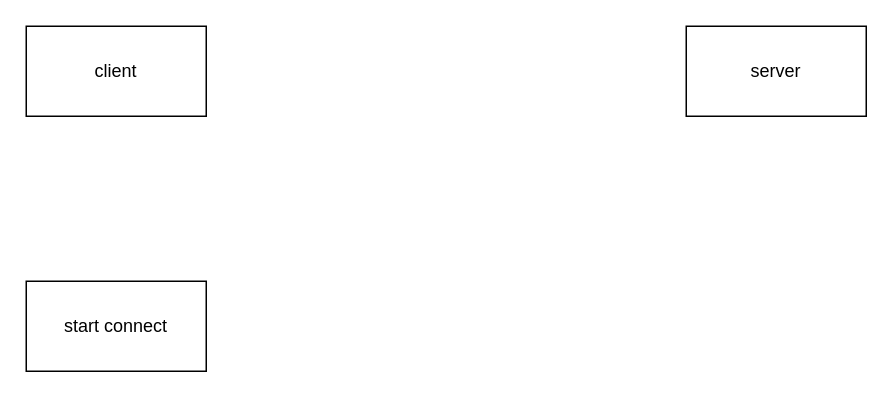
The draw.io diagram page "新标定流程" (3 of 3) of 重构相机标定工具.drawio in Jev0987/drawioFile, before the edit. Source tidied: cells renumbered, new cells numbered last; positions are measured from the earlier drawing's top-left corner, leaving out a move shared by most shapes. Both pictures are drawn from the tidied source at 150%, with x=0, y=0 at pixel (26, 26).
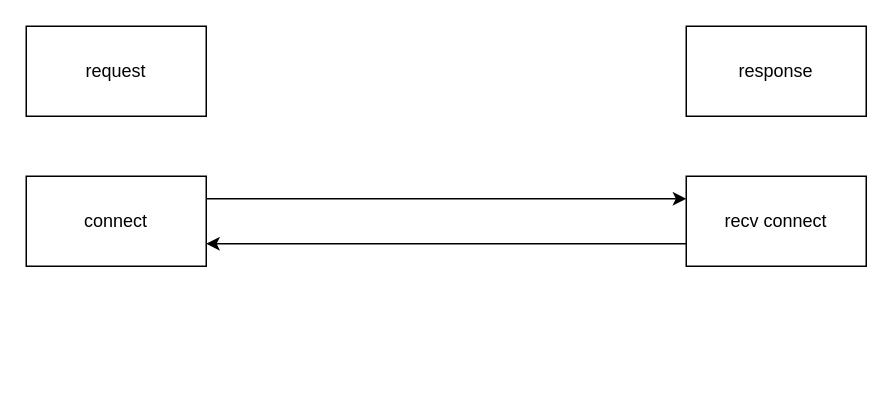
Above is the later version.

Commit message (it also covers changes not shown here):
更新重构相机标定工具.drawio

Diff of the diagram source:
```diff
@@
 <mxGraphModel>
   <root>
     <mxCell id="0" />
     <mxCell id="1" parent="0" />
-    <mxCell id="2" value="server" style="whiteSpace=wrap;html=1;" parent="1" vertex="1">
+    <mxCell id="2" value="response" style="whiteSpace=wrap;html=1;" parent="1" vertex="1">
       <mxGeometry x="440" width="120" height="60" as="geometry" />
     </mxCell>
-    <mxCell id="3" value="client" style="whiteSpace=wrap;html=1;" parent="1" vertex="1">
+    <mxCell id="3" value="request" style="whiteSpace=wrap;html=1;" parent="1" vertex="1">
       <mxGeometry width="120" height="60" as="geometry" />
     </mxCell>
+    <mxCell id="5" style="edgeStyle=orthogonalEdgeStyle;rounded=0;jettySize=auto;html=1;exitX=1;exitY=0.25;exitDx=0;exitDy=0;entryX=0;entryY=0.25;entryDx=0;entryDy=0;" parent="1" edge="1" source="4" target="7">
+      <mxGeometry relative="1" as="geometry" />
+    </mxCell>
-    <mxCell id="4" value="start connect" style="whiteSpace=wrap;html=1;" parent="1" vertex="1">
-      <mxGeometry y="170" width="120" height="60" as="geometry" />
+    <mxCell id="4" value="connect" style="whiteSpace=wrap;html=1;" parent="1" vertex="1">
+      <mxGeometry y="100" width="120" height="60" as="geometry" />
     </mxCell>
+    <mxCell id="6" style="edgeStyle=orthogonalEdgeStyle;rounded=0;jettySize=auto;html=1;exitX=0;exitY=0.75;exitDx=0;exitDy=0;entryX=1;entryY=0.75;entryDx=0;entryDy=0;" parent="1" edge="1" source="7" target="4">
+      <mxGeometry relative="1" as="geometry" />
+    </mxCell>
+    <mxCell id="7" value="recv connect" style="whiteSpace=wrap;html=1;" parent="1" vertex="1">
+      <mxGeometry x="440" y="100" width="120" height="60" as="geometry" />
+    </mxCell>
   </root>
 </mxGraphModel>
```
